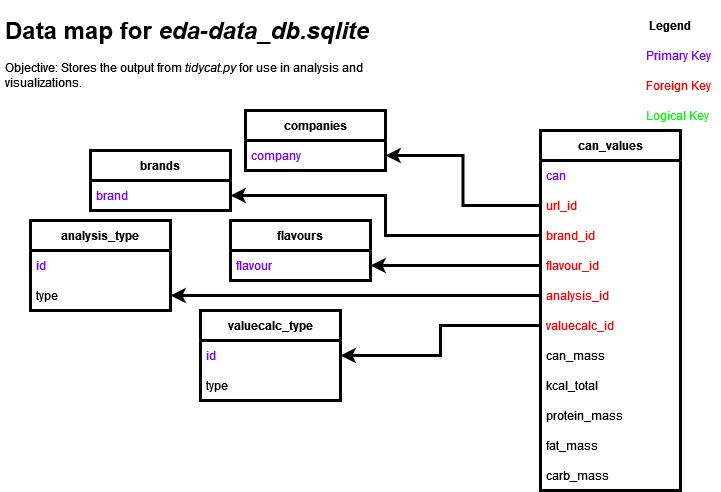
travisyardley/ailieful keeps this draw.io diagram as projectartifacts/eda-data_dbmap.drawio.png. Above is the earlier version. Source tidied: cells renumbered, new cells last; positions are measured from the earlier drawing's top-left corner, leaving out a move shared by most shapes.
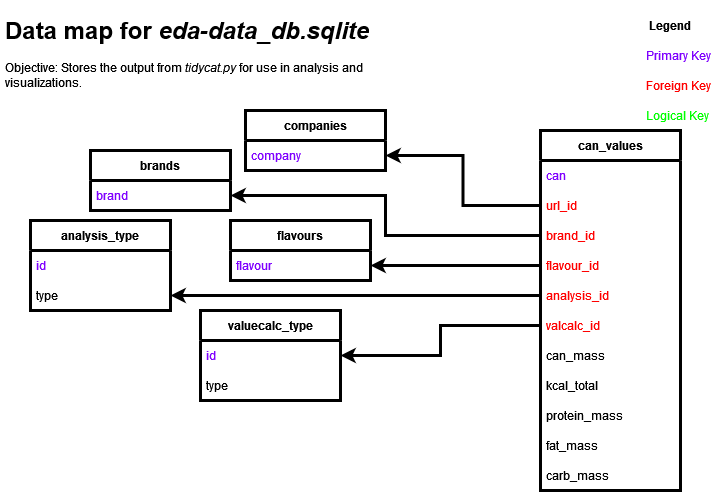
The same file after the commit.

Change to the diagram source:
```diff
@@ -26,7 +26,7 @@
     <mxCell id="9" value="analysis_id" style="text;strokeColor=none;fillColor=none;align=left;verticalAlign=middle;spacingLeft=4;spacingRight=4;overflow=hidden;points=[[0,0.5],[1,0.5]];portConstraint=eastwest;fontColor=#FF0000;" parent="4" vertex="1">
       <mxGeometry y="150" width="140" height="30" as="geometry" />
     </mxCell>
-    <mxCell id="10" value="valuecalc_id" style="text;strokeColor=none;fillColor=none;align=left;verticalAlign=middle;spacingLeft=4;spacingRight=4;overflow=hidden;points=[[0,0.5],[1,0.5]];portConstraint=eastwest;fontColor=#FF0000;" parent="4" vertex="1">
+    <mxCell id="10" value="valcalc_id" style="text;strokeColor=none;fillColor=none;align=left;verticalAlign=middle;spacingLeft=4;spacingRight=4;overflow=hidden;points=[[0,0.5],[1,0.5]];portConstraint=eastwest;fontColor=#FF0000;" parent="4" vertex="1">
       <mxGeometry y="180" width="140" height="30" as="geometry" />
     </mxCell>
     <mxCell id="11" value="can_mass" style="text;strokeColor=none;fillColor=none;align=left;verticalAlign=middle;spacingLeft=4;spacingRight=4;overflow=hidden;fontColor=#000000;" parent="4" vertex="1">
```
